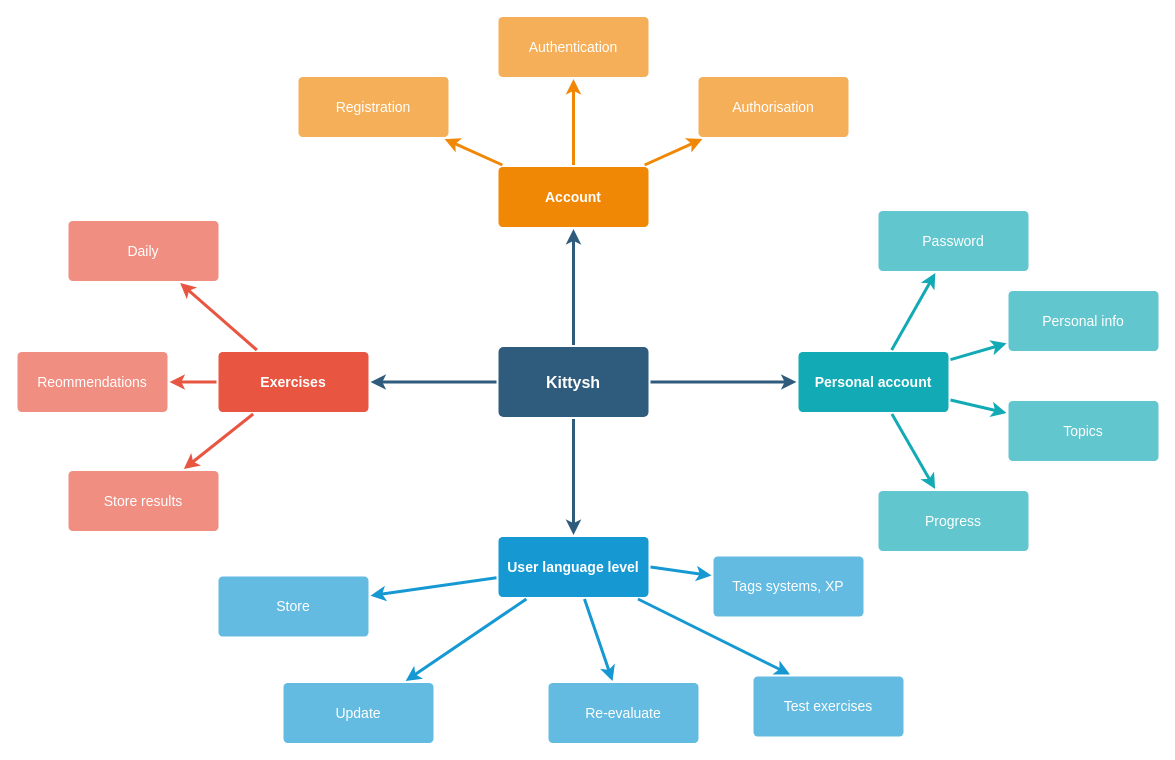
The draw.io diagram Untitled Diagram.drawio in kbondarets/demogit, before the edit. Source tidied: cells renumbered, new cells numbered last; positions are measured from the earlier drawing's top-left corner, leaving out a move shared by most shapes. Both pictures are drawn from the tidied source at 100%, with x=0, y=0 at pixel (17, 16).
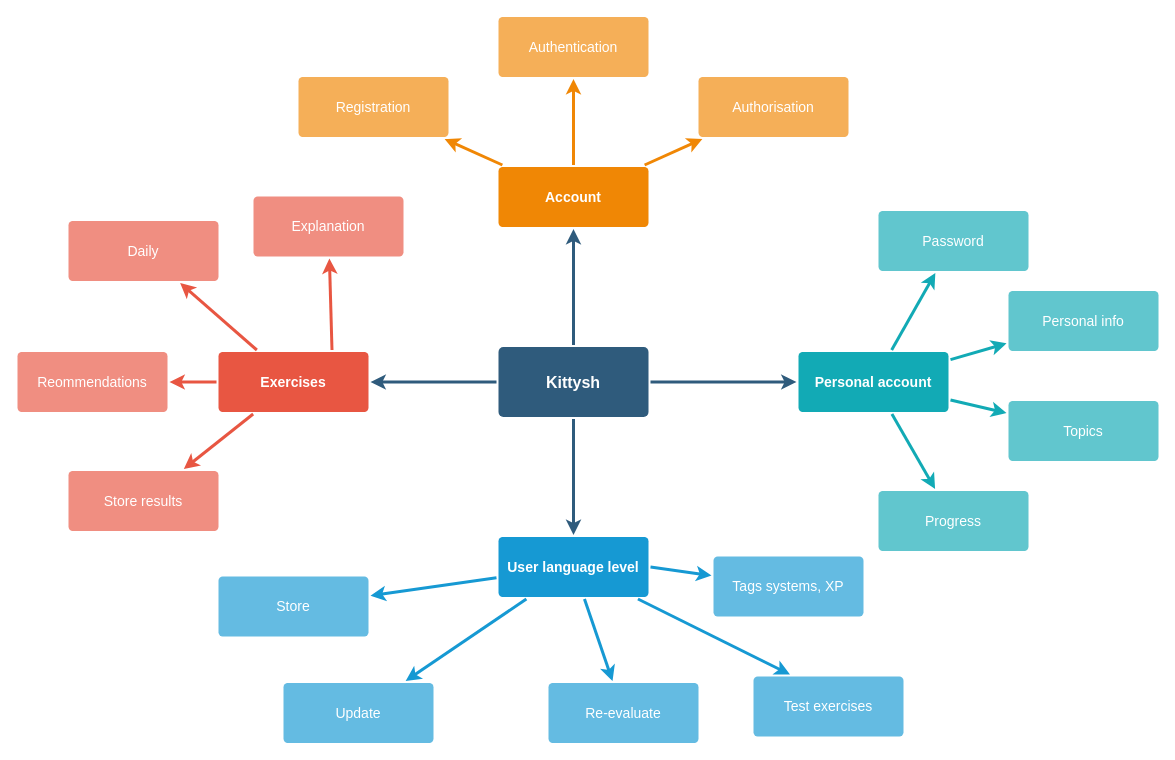
The same page after the edit.

Unchanged cells that the change refers to:
```xml
<mxCell id="10" value="Exercises" style="rounded=1;whiteSpace=wrap;html=1;shadow=0;labelBackgroundColor=none;strokeColor=none;strokeWidth=3;fillColor=#e85642;fontFamily=Helvetica;fontSize=14;fontColor=#FFFFFF;align=center;spacing=5;fontStyle=1;arcSize=7;perimeterSpacing=2;" parent="1" vertex="1">
  <mxGeometry x="201" y="335.5" width="150" height="60" as="geometry" />
</mxCell>
```

The edit, as a diff of the source:
```diff
@@
+    <mxCell id="41" style="edgeStyle=none;rounded=1;jumpStyle=none;html=1;shadow=0;labelBackgroundColor=none;startArrow=none;startFill=0;jettySize=auto;strokeColor=#E85642;strokeWidth=3;fontFamily=Helvetica;fontSize=14;fontColor=#FFFFFF;spacing=5;fontStyle=1;fillColor=#b0e3e6;exitX=0.75;exitY=0;exitDx=0;exitDy=0;" parent="1" edge="1" source="10" target="42">
+      <mxGeometry relative="1" as="geometry" />
+    </mxCell>
+    <mxCell id="42" value="Explanation" style="rounded=1;whiteSpace=wrap;html=1;shadow=0;labelBackgroundColor=none;strokeColor=none;strokeWidth=3;fillColor=#f08e81;fontFamily=Helvetica;fontSize=14;fontColor=#FFFFFF;align=center;spacing=5;fontStyle=0;arcSize=7;perimeterSpacing=2;" parent="1" vertex="1">
+      <mxGeometry x="236" y="180" width="150" height="60" as="geometry" />
+    </mxCell>
```
